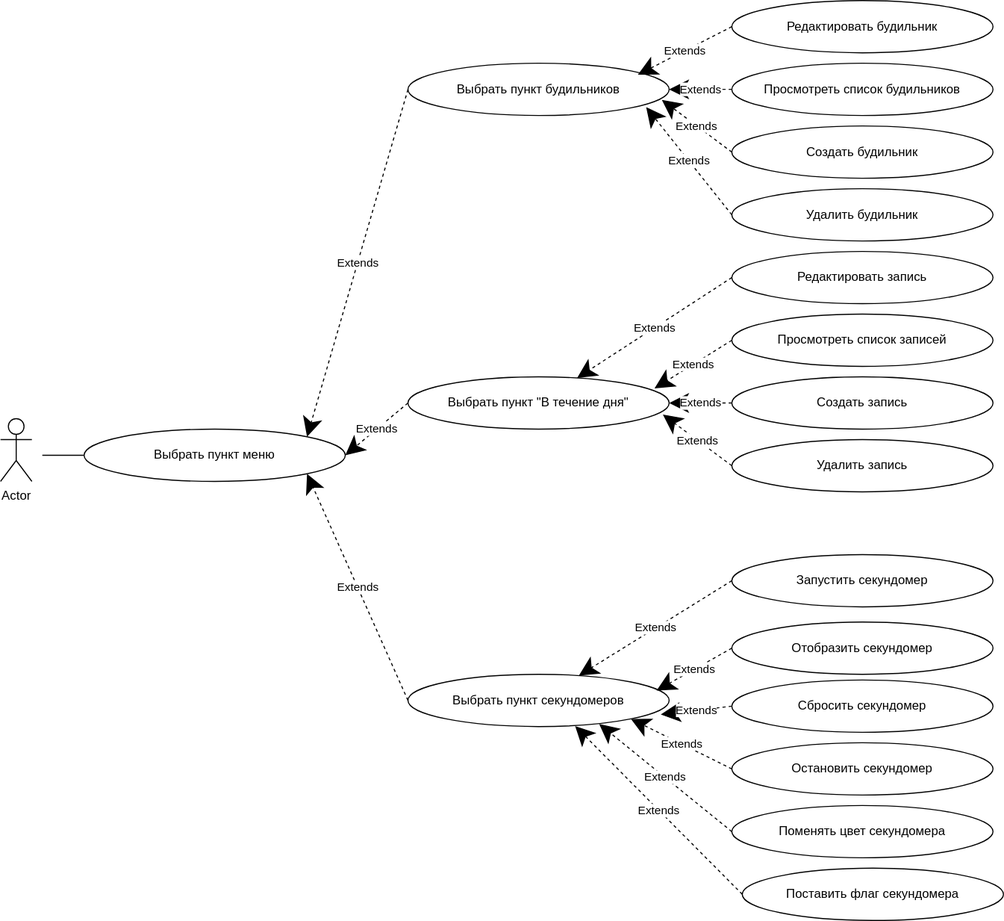
izen57/Web keeps this draw.io diagram as Изображения/Лаба-Сценарии использования.svg. Above is the earlier version. Source tidied: cells renumbered, new cells last; positions are measured from the earlier drawing's top-left corner, leaving out a move shared by most shapes. The source it was exported from:
```xml
<mxGraphModel>
  <root>
    <mxCell id="0" />
    <mxCell id="1" parent="0" />
    <mxCell id="2" value="Создать будильник" style="ellipse;whiteSpace=wrap;html=1;" parent="1" vertex="1">
      <mxGeometry x="700" y="120" width="250" height="50" as="geometry" />
    </mxCell>
    <mxCell id="3" value="Создать запись" style="ellipse;whiteSpace=wrap;html=1;" parent="1" vertex="1">
      <mxGeometry x="700" y="360" width="250" height="50" as="geometry" />
    </mxCell>
    <mxCell id="4" value="Запустить секундомер" style="ellipse;whiteSpace=wrap;html=1;" parent="1" vertex="1">
      <mxGeometry x="700" y="530" width="250" height="50" as="geometry" />
    </mxCell>
    <mxCell id="5" value="Выбрать пункт меню" style="ellipse;whiteSpace=wrap;html=1;" parent="1" vertex="1">
      <mxGeometry x="80" y="410" width="250" height="50" as="geometry" />
    </mxCell>
    <mxCell id="6" value="Actor" style="shape=umlActor;verticalLabelPosition=bottom;verticalAlign=top;html=1;outlineConnect=0;" parent="1" vertex="1">
      <mxGeometry y="400" width="30" height="60" as="geometry" />
    </mxCell>
    <mxCell id="7" style="endArrow=none;html=1;rounded=0;entryX=0;entryY=0.5;entryDx=0;entryDy=0;" parent="1" edge="1">
      <mxGeometry relative="1" as="geometry">
        <mxPoint x="40" y="435" as="sourcePoint" />
        <mxPoint x="80" y="435" as="targetPoint" />
      </mxGeometry>
    </mxCell>
    <mxCell id="8" value="Удалить будильник" style="ellipse;whiteSpace=wrap;html=1;" parent="1" vertex="1">
      <mxGeometry x="700" y="180" width="250" height="50" as="geometry" />
    </mxCell>
    <mxCell id="9" value="Удалить запись" style="ellipse;whiteSpace=wrap;html=1;" parent="1" vertex="1">
      <mxGeometry x="700" y="420" width="250" height="50" as="geometry" />
    </mxCell>
    <mxCell id="10" value="Сбросить секундомер" style="ellipse;whiteSpace=wrap;html=1;" parent="1" vertex="1">
      <mxGeometry x="700" y="650" width="250" height="50" as="geometry" />
    </mxCell>
    <mxCell id="11" value="Выбрать пункт будильников" style="ellipse;whiteSpace=wrap;html=1;" parent="1" vertex="1">
      <mxGeometry x="390" y="60" width="250" height="50" as="geometry" />
    </mxCell>
    <mxCell id="12" value="Выбрать пункт &quot;В течение дня&quot;" style="ellipse;whiteSpace=wrap;html=1;" parent="1" vertex="1">
      <mxGeometry x="390" y="360" width="250" height="50" as="geometry" />
    </mxCell>
    <mxCell id="13" value="Выбрать пункт секундомеров" style="ellipse;whiteSpace=wrap;html=1;" parent="1" vertex="1">
      <mxGeometry x="390" y="644.5" width="250" height="50" as="geometry" />
    </mxCell>
    <mxCell id="14" value="Просмотреть список будильников" style="ellipse;whiteSpace=wrap;html=1;" parent="1" vertex="1">
      <mxGeometry x="700" y="60" width="250" height="50" as="geometry" />
    </mxCell>
    <mxCell id="15" value="Просмотреть список записей" style="ellipse;whiteSpace=wrap;html=1;" parent="1" vertex="1">
      <mxGeometry x="700" y="300" width="250" height="50" as="geometry" />
    </mxCell>
    <mxCell id="16" value="Редактировать будильник" style="ellipse;whiteSpace=wrap;html=1;" parent="1" vertex="1">
      <mxGeometry x="700" width="250" height="50" as="geometry" />
    </mxCell>
    <mxCell id="17" value="Extends" style="endArrow=classic;endSize=16;endFill=1;html=1;rounded=0;entryX=1;entryY=0.5;entryDx=0;entryDy=0;exitX=0;exitY=0.5;exitDx=0;exitDy=0;dashed=1;" parent="1" edge="1" source="12" target="5">
      <mxGeometry relative="1" as="geometry" />
    </mxCell>
    <mxCell id="18" value="Extends" style="endArrow=classic;endSize=16;endFill=1;html=1;rounded=0;entryX=1;entryY=1;entryDx=0;entryDy=0;exitX=0;exitY=0.5;exitDx=0;exitDy=0;dashed=1;" parent="1" edge="1" source="13" target="5">
      <mxGeometry relative="1" as="geometry" />
    </mxCell>
    <mxCell id="19" value="Extends" style="endArrow=classic;endSize=16;endFill=1;html=1;rounded=0;entryX=1;entryY=0;entryDx=0;entryDy=0;exitX=0;exitY=0.5;exitDx=0;exitDy=0;dashed=1;" parent="1" edge="1" source="11" target="5">
      <mxGeometry relative="1" as="geometry" />
    </mxCell>
    <mxCell id="20" value="Extends" style="endArrow=classic;endSize=16;endFill=1;html=1;rounded=0;entryX=0.88;entryY=0.22;entryDx=0;entryDy=0;exitX=0;exitY=0.5;exitDx=0;exitDy=0;dashed=1;entryPerimeter=0;" parent="1" edge="1" source="16" target="11">
      <mxGeometry relative="1" as="geometry" />
    </mxCell>
    <mxCell id="21" value="Extends" style="endArrow=classic;endSize=16;endFill=1;html=1;rounded=0;entryX=1;entryY=0.5;entryDx=0;entryDy=0;exitX=0;exitY=0.5;exitDx=0;exitDy=0;dashed=1;" parent="1" edge="1" source="14" target="11">
      <mxGeometry relative="1" as="geometry" />
    </mxCell>
    <mxCell id="22" value="Extends" style="endArrow=classic;endSize=16;endFill=1;html=1;rounded=0;entryX=0.972;entryY=0.7;entryDx=0;entryDy=0;exitX=0;exitY=0.5;exitDx=0;exitDy=0;dashed=1;entryPerimeter=0;" parent="1" edge="1" source="2" target="11">
      <mxGeometry relative="1" as="geometry" />
    </mxCell>
    <mxCell id="23" value="Extends" style="endArrow=classic;endSize=16;endFill=1;html=1;rounded=0;entryX=0.912;entryY=0.84;entryDx=0;entryDy=0;exitX=0;exitY=0.5;exitDx=0;exitDy=0;dashed=1;entryPerimeter=0;" parent="1" edge="1" source="8" target="11">
      <mxGeometry relative="1" as="geometry" />
    </mxCell>
    <mxCell id="24" value="Extends" style="endArrow=classic;endSize=16;endFill=1;html=1;rounded=0;entryX=0.944;entryY=0.22;entryDx=0;entryDy=0;exitX=0;exitY=0.5;exitDx=0;exitDy=0;dashed=1;entryPerimeter=0;" parent="1" edge="1" source="15" target="12">
      <mxGeometry relative="1" as="geometry" />
    </mxCell>
    <mxCell id="25" value="Extends" style="endArrow=classic;endSize=16;endFill=1;html=1;rounded=0;entryX=1;entryY=0.5;entryDx=0;entryDy=0;exitX=0;exitY=0.5;exitDx=0;exitDy=0;dashed=1;" parent="1" edge="1" source="3" target="12">
      <mxGeometry relative="1" as="geometry" />
    </mxCell>
    <mxCell id="26" value="Extends" style="endArrow=classic;endSize=16;endFill=1;html=1;rounded=0;entryX=0.976;entryY=0.72;entryDx=0;entryDy=0;exitX=0;exitY=0.5;exitDx=0;exitDy=0;dashed=1;entryPerimeter=0;" parent="1" edge="1" source="9" target="12">
      <mxGeometry relative="1" as="geometry" />
    </mxCell>
    <mxCell id="27" value="Extends" style="endArrow=classic;endSize=16;endFill=1;html=1;rounded=0;exitX=0;exitY=0.5;exitDx=0;exitDy=0;dashed=1;" parent="1" edge="1" source="4" target="13">
      <mxGeometry relative="1" as="geometry" />
    </mxCell>
    <mxCell id="28" value="Extends" style="endArrow=classic;endSize=16;endFill=1;html=1;rounded=0;entryX=0.968;entryY=0.77;entryDx=0;entryDy=0;exitX=0;exitY=0.5;exitDx=0;exitDy=0;dashed=1;entryPerimeter=0;" parent="1" edge="1" source="10" target="13">
      <mxGeometry relative="1" as="geometry" />
    </mxCell>
    <mxCell id="29" value="Редактировать запись" style="ellipse;whiteSpace=wrap;html=1;" parent="1" vertex="1">
      <mxGeometry x="700" y="240" width="250" height="50" as="geometry" />
    </mxCell>
    <mxCell id="30" value="Extends" style="endArrow=classic;endSize=16;endFill=1;html=1;rounded=0;exitX=0;exitY=0.5;exitDx=0;exitDy=0;dashed=1;" parent="1" edge="1" source="29" target="12">
      <mxGeometry relative="1" as="geometry" />
    </mxCell>
    <mxCell id="31" value="Остановить секундомер" style="ellipse;whiteSpace=wrap;html=1;" parent="1" vertex="1">
      <mxGeometry x="700" y="710" width="250" height="50" as="geometry" />
    </mxCell>
    <mxCell id="32" value="Extends" style="endArrow=classic;endSize=16;endFill=1;html=1;rounded=0;exitX=0;exitY=0.5;exitDx=0;exitDy=0;dashed=1;entryX=1;entryY=1;entryDx=0;entryDy=0;" parent="1" edge="1" source="31" target="13">
      <mxGeometry relative="1" as="geometry" />
    </mxCell>
    <mxCell id="33" value="Отобразить секундомер" style="ellipse;whiteSpace=wrap;html=1;" parent="1" vertex="1">
      <mxGeometry x="700" y="594.5" width="250" height="50" as="geometry" />
    </mxCell>
    <mxCell id="34" value="Extends" style="endArrow=classic;endSize=16;endFill=1;html=1;rounded=0;entryX=0.952;entryY=0.31;entryDx=0;entryDy=0;exitX=0;exitY=0.5;exitDx=0;exitDy=0;dashed=1;entryPerimeter=0;" parent="1" edge="1" source="33" target="13">
      <mxGeometry relative="1" as="geometry" />
    </mxCell>
    <mxCell id="35" value="Поменять цвет секундомера" style="ellipse;whiteSpace=wrap;html=1;" parent="1" vertex="1">
      <mxGeometry x="700" y="770" width="250" height="50" as="geometry" />
    </mxCell>
    <mxCell id="36" value="Extends" style="endArrow=classic;endSize=16;endFill=1;html=1;rounded=0;exitX=0;exitY=0.5;exitDx=0;exitDy=0;dashed=1;entryX=0.732;entryY=0.95;entryDx=0;entryDy=0;entryPerimeter=0;" parent="1" edge="1" source="35" target="13">
      <mxGeometry relative="1" as="geometry" />
    </mxCell>
    <mxCell id="37" value="Поставить флаг секундомера" style="ellipse;whiteSpace=wrap;html=1;" parent="1" vertex="1">
      <mxGeometry x="710" y="830" width="250" height="50" as="geometry" />
    </mxCell>
    <mxCell id="38" value="Extends" style="endArrow=classic;endSize=16;endFill=1;html=1;rounded=0;exitX=0;exitY=0.5;exitDx=0;exitDy=0;dashed=1;entryX=0.64;entryY=0.99;entryDx=0;entryDy=0;entryPerimeter=0;" parent="1" edge="1" source="37" target="13">
      <mxGeometry relative="1" as="geometry" />
    </mxCell>
  </root>
</mxGraphModel>
```
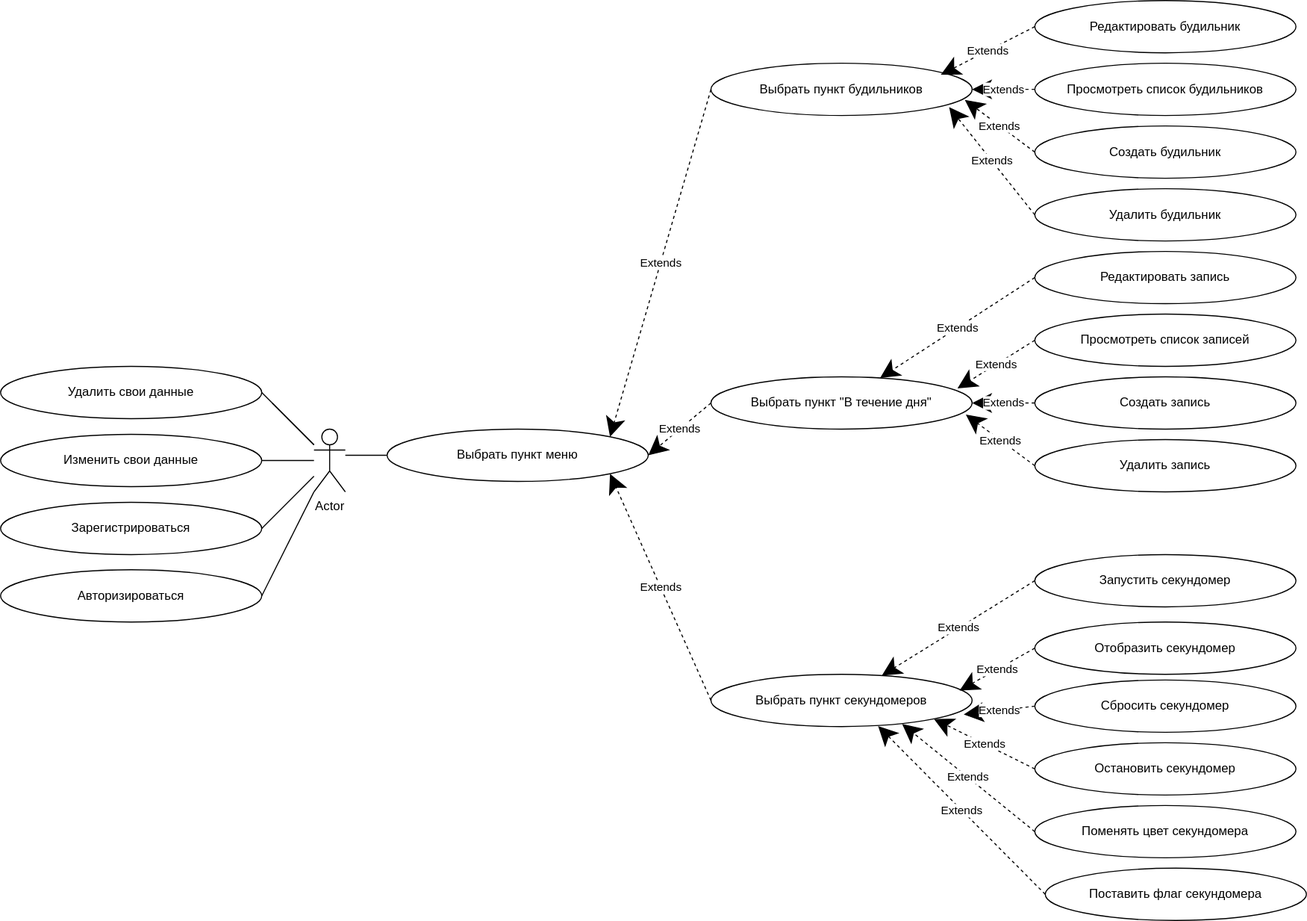
After the change.

Diff of the diagram source:
```diff
@@ -14,9 +14,6 @@
     <mxCell id="5" value="Выбрать пункт меню" style="ellipse;whiteSpace=wrap;html=1;" parent="1" vertex="1">
       <mxGeometry x="80" y="410" width="250" height="50" as="geometry" />
     </mxCell>
-    <mxCell id="6" value="Actor" style="shape=umlActor;verticalLabelPosition=bottom;verticalAlign=top;html=1;outlineConnect=0;" parent="1" vertex="1">
-      <mxGeometry y="400" width="30" height="60" as="geometry" />
-    </mxCell>
     <mxCell id="7" style="endArrow=none;html=1;rounded=0;entryX=0;entryY=0.5;entryDx=0;entryDy=0;" parent="1" edge="1">
       <mxGeometry relative="1" as="geometry">
         <mxPoint x="40" y="435" as="sourcePoint" />
@@ -116,5 +113,37 @@
     <mxCell id="38" value="Extends" style="endArrow=classic;endSize=16;endFill=1;html=1;rounded=0;exitX=0;exitY=0.5;exitDx=0;exitDy=0;dashed=1;entryX=0.64;entryY=0.99;entryDx=0;entryDy=0;entryPerimeter=0;" parent="1" edge="1" source="37" target="13">
       <mxGeometry relative="1" as="geometry" />
     </mxCell>
+    <mxCell id="6" value="Actor" style="shape=umlActor;verticalLabelPosition=bottom;verticalAlign=top;html=1;outlineConnect=0;" parent="1" vertex="1">
+      <mxGeometry x="10" y="410" width="30" height="60" as="geometry" />
+    </mxCell>
+    <mxCell id="39" value="Изменить свои данные" style="ellipse;whiteSpace=wrap;html=1;" parent="1" vertex="1">
+      <mxGeometry x="-290" y="415" width="250" height="50" as="geometry" />
+    </mxCell>
+    <mxCell id="40" style="endArrow=none;html=1;rounded=0;entryX=1;entryY=0.5;entryDx=0;entryDy=0;" parent="1" edge="1" source="6" target="39">
+      <mxGeometry relative="1" as="geometry" />
+    </mxCell>
+    <mxCell id="41" value="Удалить свои данные" style="ellipse;whiteSpace=wrap;html=1;" parent="1" vertex="1">
+      <mxGeometry x="-290" y="350" width="250" height="50" as="geometry" />
+    </mxCell>
+    <mxCell id="42" style="endArrow=none;html=1;rounded=0;entryX=1;entryY=0.5;entryDx=0;entryDy=0;" parent="1" edge="1" source="6" target="41">
+      <mxGeometry relative="1" as="geometry" />
+    </mxCell>
+    <mxCell id="43" value="Зарегистрироваться" style="ellipse;whiteSpace=wrap;html=1;" parent="1" vertex="1">
+      <mxGeometry x="-290" y="480" width="250" height="50" as="geometry" />
+    </mxCell>
+    <mxCell id="44" value="Авторизироваться" style="ellipse;whiteSpace=wrap;html=1;" parent="1" vertex="1">
+      <mxGeometry x="-290" y="544.5" width="250" height="50" as="geometry" />
+    </mxCell>
+    <mxCell id="45" style="endArrow=none;html=1;rounded=0;entryX=1;entryY=0.5;entryDx=0;entryDy=0;" parent="1" edge="1" source="6">
+      <mxGeometry relative="1" as="geometry">
+        <mxPoint x="-30" y="385" as="targetPoint" />
+      </mxGeometry>
+    </mxCell>
+    <mxCell id="46" style="endArrow=none;html=1;rounded=0;entryX=1;entryY=0.5;entryDx=0;entryDy=0;" parent="1" edge="1" source="6" target="43">
+      <mxGeometry relative="1" as="geometry" />
+    </mxCell>
+    <mxCell id="47" style="endArrow=none;html=1;rounded=0;entryX=1;entryY=0.5;entryDx=0;entryDy=0;" parent="1" edge="1" source="6" target="44">
+      <mxGeometry relative="1" as="geometry" />
+    </mxCell>
   </root>
 </mxGraphModel>
```
